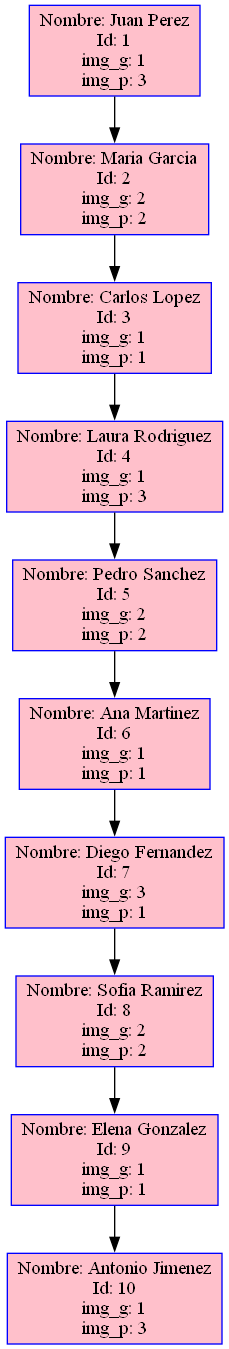
This is EDD_F1/cola.dot.png from Samashoas/EDD_PROYECTO_202109705, a Graphviz export, as it was before one commit. Its source is kept beside it as EDD_F1/cola.dot. Its diagram source:
```dot
 digraph Queue {
     node [shape=box, style=filled, color=blue, fillcolor=pink];
    "Node1" [label="Nombre: Juan Perez\nId: 1\nimg_g: 1\nimg_p: 3"];
    "Node1" -> "Node2";
    "Node2" [label="Nombre: Maria Garcia\nId: 2\nimg_g: 2\nimg_p: 2"];
    "Node2" -> "Node3";
    "Node3" [label="Nombre: Carlos Lopez\nId: 3\nimg_g: 1\nimg_p: 1"];
    "Node3" -> "Node4";
    "Node4" [label="Nombre: Laura Rodriguez\nId: 4\nimg_g: 1\nimg_p: 3"];
    "Node4" -> "Node5";
    "Node5" [label="Nombre: Pedro Sanchez\nId: 5\nimg_g: 2\nimg_p: 2"];
    "Node5" -> "Node6";
    "Node6" [label="Nombre: Ana Martinez\nId: 6\nimg_g: 1\nimg_p: 1"];
    "Node6" -> "Node7";
    "Node7" [label="Nombre: Diego Fernandez\nId: 7\nimg_g: 3\nimg_p: 1"];
    "Node7" -> "Node8";
    "Node8" [label="Nombre: Sofia Ramirez\nId: 8\nimg_g: 2\nimg_p: 2"];
    "Node8" -> "Node9";
    "Node9" [label="Nombre: Elena Gonzalez\nId: 9\nimg_g: 1\nimg_p: 1"];
    "Node9" -> "Node10";
    "Node10" [label="Nombre: Antonio Jimenez\nId: 10\nimg_g: 1\nimg_p: 3"];
 }
```
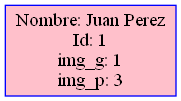
The same file after the commit.

Change to the diagram source:
```diff
@@ -1,22 +1,4 @@
  digraph Queue {
      node [shape=box, style=filled, color=blue, fillcolor=pink];
     "Node1" [label="Nombre: Juan Perez\nId: 1\nimg_g: 1\nimg_p: 3"];
-    "Node1" -> "Node2";
-    "Node2" [label="Nombre: Maria Garcia\nId: 2\nimg_g: 2\nimg_p: 2"];
-    "Node2" -> "Node3";
-    "Node3" [label="Nombre: Carlos Lopez\nId: 3\nimg_g: 1\nimg_p: 1"];
-    "Node3" -> "Node4";
-    "Node4" [label="Nombre: Laura Rodriguez\nId: 4\nimg_g: 1\nimg_p: 3"];
-    "Node4" -> "Node5";
-    "Node5" [label="Nombre: Pedro Sanchez\nId: 5\nimg_g: 2\nimg_p: 2"];
-    "Node5" -> "Node6";
-    "Node6" [label="Nombre: Ana Martinez\nId: 6\nimg_g: 1\nimg_p: 1"];
-    "Node6" -> "Node7";
-    "Node7" [label="Nombre: Diego Fernandez\nId: 7\nimg_g: 3\nimg_p: 1"];
-    "Node7" -> "Node8";
-    "Node8" [label="Nombre: Sofia Ramirez\nId: 8\nimg_g: 2\nimg_p: 2"];
-    "Node8" -> "Node9";
-    "Node9" [label="Nombre: Elena Gonzalez\nId: 9\nimg_g: 1\nimg_p: 1"];
-    "Node9" -> "Node10";
-    "Node10" [label="Nombre: Antonio Jimenez\nId: 10\nimg_g: 1\nimg_p: 3"];
  }
```
